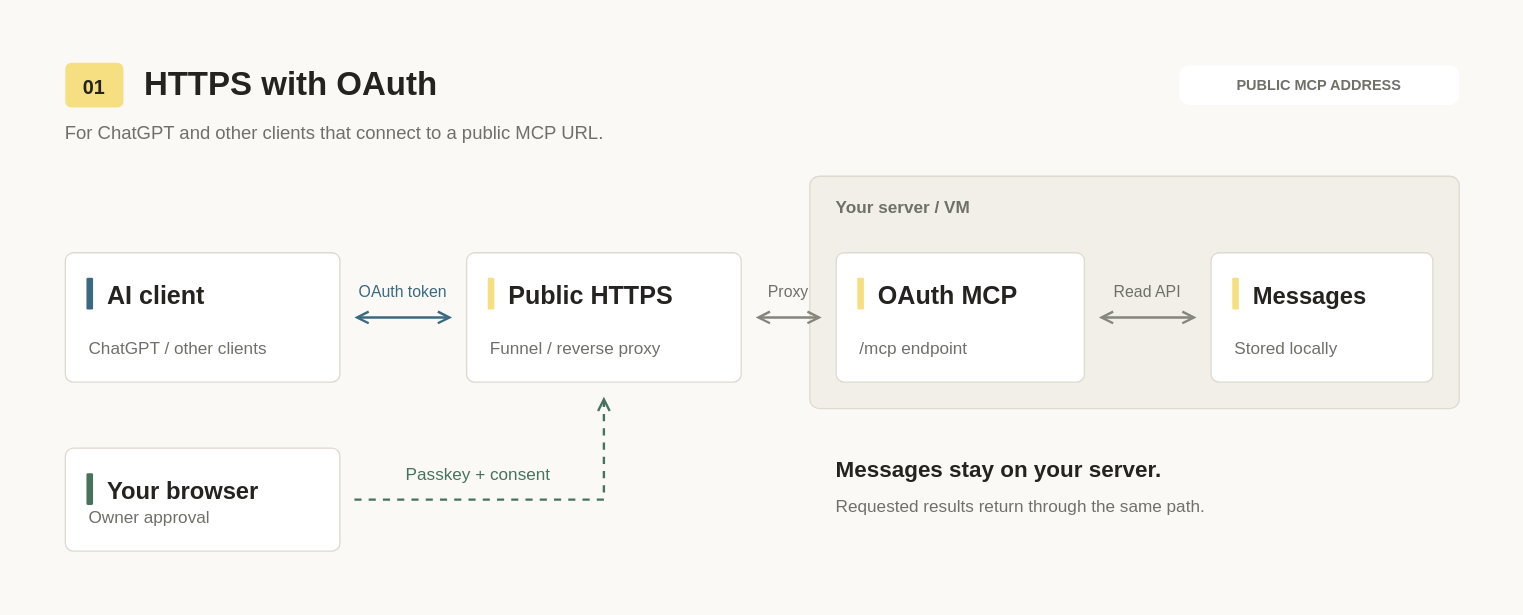
This is page "HTTPS with OAuth" (1 of 3) of docs/assets/connection-methods.drawio from rokrokss/kakaotalk-bridge, a draw.io file, before an edit. Source tidied: cells renumbered, new cells numbered last; positions are measured from the earlier drawing's top-left corner, leaving out a move shared by most shapes. Both pictures are drawn from the tidied source at 132%, with x=0, y=0 at pixel (22, 22).
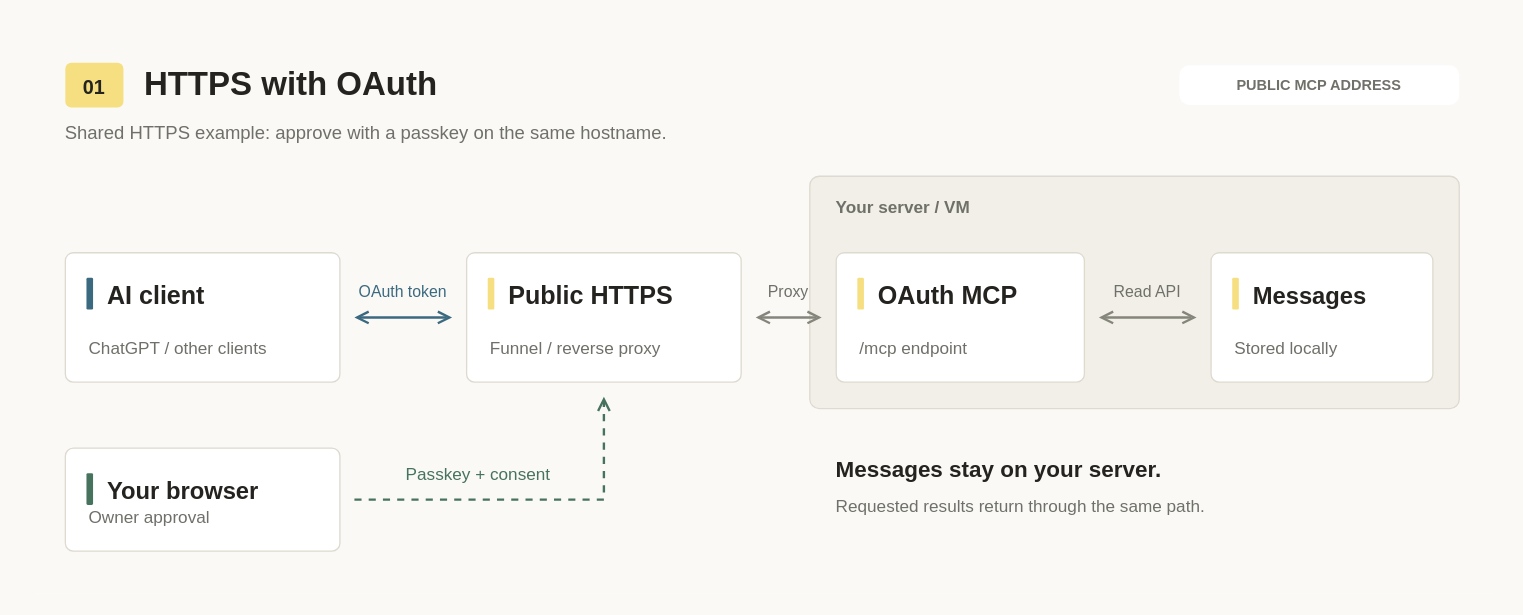
The same page after the edit.

Change to the diagram source:
```diff
@@
-    <mxCell id="6" value="For ChatGPT and other clients that connect to a public MCP URL." style="text;html=0;strokeColor=none;fillColor=none;align=left;verticalAlign=middle;whiteSpace=wrap;rounded=0;spacing=0;fontFamily=Helvetica;fontSize=14;fontColor=#6f7069;fontStyle=0;" parent="1" vertex="1">
+    <mxCell id="6" value="Shared HTTPS example: approve with a passkey on the same hostname." style="text;html=0;strokeColor=none;fillColor=none;align=left;verticalAlign=middle;whiteSpace=wrap;rounded=0;spacing=0;fontFamily=Helvetica;fontSize=14;fontColor=#6f7069;fontStyle=0;" parent="1" vertex="1">
       <mxGeometry x="32" y="72" width="830" height="22" as="geometry" />
     </mxCell>
```
